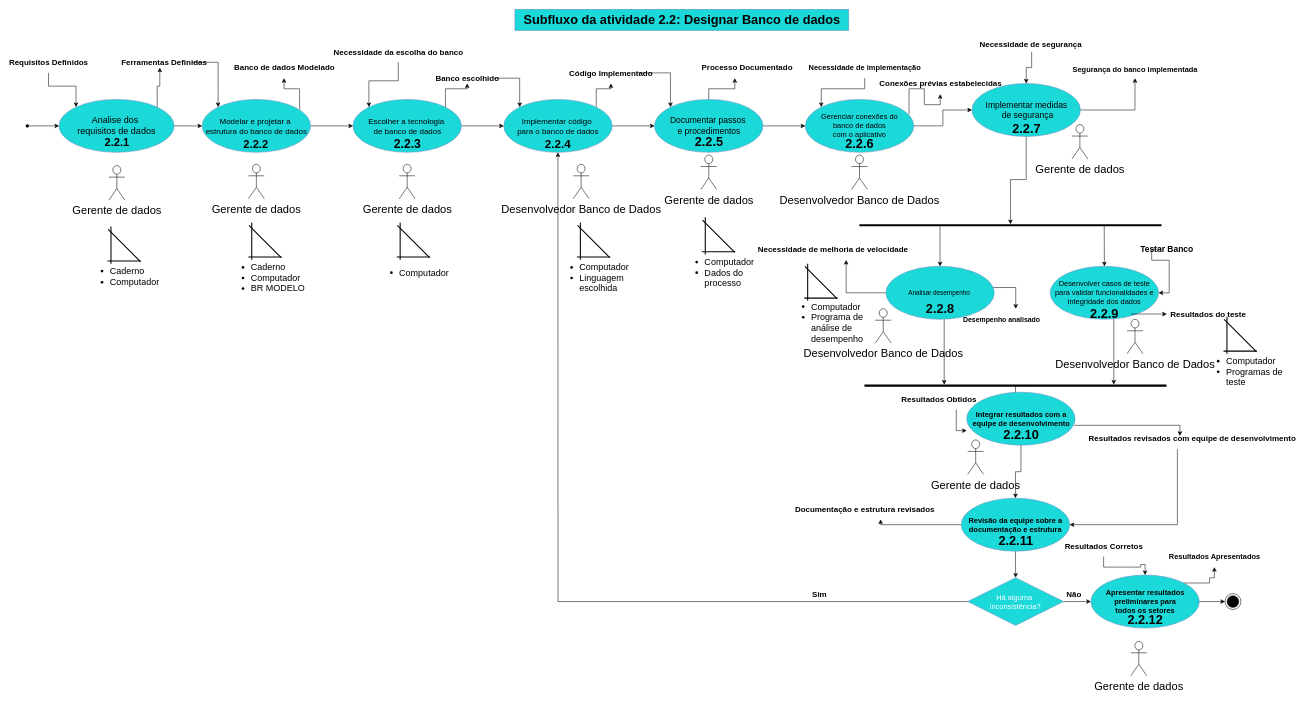
This is page "Subfluxo das atividades em desenvolvimento(3)" (5 of 8) of Diagrama sem nome.drawio from helloisasilva/Processo-de-engenharia-de-software-para-App-mobile, a draw.io file, before an edit. Source tidied: cells renumbered, new cells numbered last; positions are measured from the earlier drawing's top-left corner, leaving out a move shared by most shapes. Both pictures are drawn from the tidied source at 53%, with x=0, y=0 at pixel (22, 9).
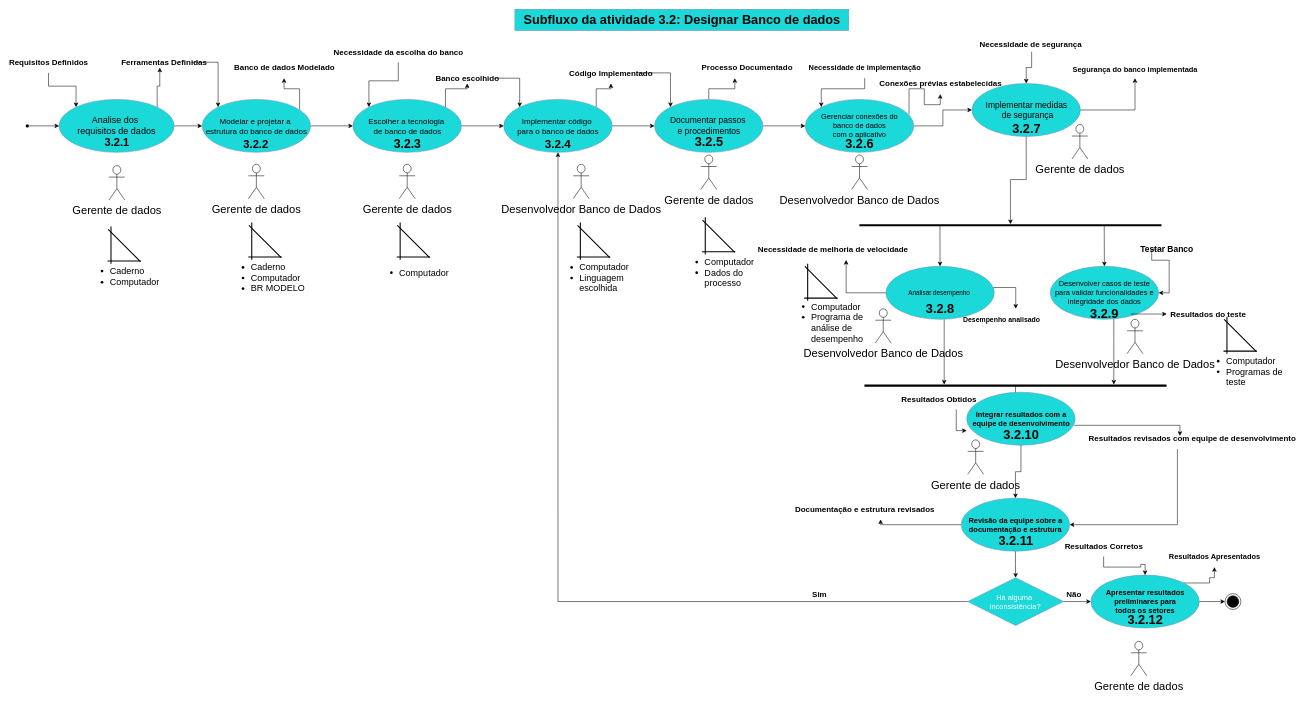
The same page after the edit.

Change to the diagram source:
```diff
@@
-    <mxCell id="32" value="Subfluxo da atividade 2.2: Designar Banco de dados" style="text;strokeColor=#6c8ebf;fillColor=#1CD9D9;html=1;fontSize=24;fontStyle=1;verticalAlign=middle;align=center;" parent="1" vertex="1">
+    <mxCell id="32" value="Subfluxo da atividade 3.2: Designar Banco de dados" style="text;strokeColor=#6c8ebf;fillColor=#1CD9D9;html=1;fontSize=24;fontStyle=1;verticalAlign=middle;align=center;" parent="1" vertex="1">
       <mxGeometry x="930" width="630" height="40" as="geometry" />
     </mxCell>
@@
-    <mxCell id="48" value="2.2.4" style="text;strokeColor=none;fillColor=none;html=1;fontSize=22;fontStyle=1;verticalAlign=middle;align=center;" parent="1" vertex="1">
+    <mxCell id="48" value="3.2.4" style="text;strokeColor=none;fillColor=none;html=1;fontSize=22;fontStyle=1;verticalAlign=middle;align=center;" parent="1" vertex="1">
       <mxGeometry x="961.2" y="235" width="100" height="40" as="geometry" />
     </mxCell>
-    <mxCell id="49" value="2.2.3" style="text;strokeColor=none;fillColor=none;html=1;fontSize=23;fontStyle=1;verticalAlign=middle;align=center;" parent="1" vertex="1">
+    <mxCell id="49" value="3.2.3" style="text;strokeColor=none;fillColor=none;html=1;fontSize=23;fontStyle=1;verticalAlign=middle;align=center;" parent="1" vertex="1">
       <mxGeometry x="676.8" y="235" width="100" height="40" as="geometry" />
     </mxCell>
-    <mxCell id="50" value="2.2.2" style="text;strokeColor=none;fillColor=none;html=1;fontSize=21;fontStyle=1;verticalAlign=middle;align=center;" parent="1" vertex="1">
+    <mxCell id="50" value="3.2.2" style="text;strokeColor=none;fillColor=none;html=1;fontSize=21;fontStyle=1;verticalAlign=middle;align=center;" parent="1" vertex="1">
       <mxGeometry x="402.2" y="240" width="77.8" height="30" as="geometry" />
     </mxCell>
-    <mxCell id="51" value="2.2.1" style="text;strokeColor=none;fillColor=none;html=1;fontSize=21;fontStyle=1;verticalAlign=middle;align=center;" parent="1" vertex="1">
+    <mxCell id="51" value="3.2.1" style="text;strokeColor=none;fillColor=none;html=1;fontSize=21;fontStyle=1;verticalAlign=middle;align=center;" parent="1" vertex="1">
       <mxGeometry x="128.5" y="230" width="100" height="40" as="geometry" />
     </mxCell>
-    <mxCell id="52" value="2.2.12" style="text;strokeColor=none;fillColor=none;html=1;fontSize=24;fontStyle=1;verticalAlign=middle;align=center;" parent="1" vertex="1">
+    <mxCell id="52" value="3.2.12" style="text;strokeColor=none;fillColor=none;html=1;fontSize=24;fontStyle=1;verticalAlign=middle;align=center;" parent="1" vertex="1">
       <mxGeometry x="2069" y="1132.5" width="100" height="40" as="geometry" />
     </mxCell>
-    <mxCell id="53" value="2.2.11" style="text;strokeColor=none;fillColor=none;html=1;fontSize=24;fontStyle=1;verticalAlign=middle;align=center;" parent="1" vertex="1">
+    <mxCell id="53" value="3.2.11" style="text;strokeColor=none;fillColor=none;html=1;fontSize=24;fontStyle=1;verticalAlign=middle;align=center;" parent="1" vertex="1">
       <mxGeometry x="1824.8" y="982.5" width="100" height="40" as="geometry" />
     </mxCell>
@@
-    <mxCell id="55" value="2.2.10" style="text;strokeColor=none;fillColor=none;html=1;fontSize=24;fontStyle=1;verticalAlign=middle;align=center;" parent="1" vertex="1">
+    <mxCell id="55" value="3.2.10" style="text;strokeColor=none;fillColor=none;html=1;fontSize=24;fontStyle=1;verticalAlign=middle;align=center;" parent="1" vertex="1">
       <mxGeometry x="1834.8" y="782.5" width="100" height="40" as="geometry" />
     </mxCell>
@@
-    <mxCell id="57" value="2.2.9" style="text;strokeColor=none;fillColor=none;html=1;fontSize=24;fontStyle=1;verticalAlign=middle;align=center;" parent="1" vertex="1">
+    <mxCell id="57" value="3.2.9" style="text;strokeColor=none;fillColor=none;html=1;fontSize=24;fontStyle=1;verticalAlign=middle;align=center;" parent="1" vertex="1">
       <mxGeometry x="1992.2" y="555" width="100" height="40" as="geometry" />
     </mxCell>
@@
-    <mxCell id="59" value="2.2.8" style="text;strokeColor=none;fillColor=none;html=1;fontSize=24;fontStyle=1;verticalAlign=middle;align=center;" parent="1" vertex="1">
+    <mxCell id="59" value="3.2.8" style="text;strokeColor=none;fillColor=none;html=1;fontSize=24;fontStyle=1;verticalAlign=middle;align=center;" parent="1" vertex="1">
       <mxGeometry x="1682.2" y="545" width="100" height="40" as="geometry" />
     </mxCell>
-    <mxCell id="60" value="2.2.7" style="text;strokeColor=none;fillColor=none;html=1;fontSize=24;fontStyle=1;verticalAlign=middle;align=center;" parent="1" vertex="1">
+    <mxCell id="60" value="3.2.7" style="text;strokeColor=none;fillColor=none;html=1;fontSize=24;fontStyle=1;verticalAlign=middle;align=center;" parent="1" vertex="1">
       <mxGeometry x="1845" y="205" width="100" height="40" as="geometry" />
     </mxCell>
-    <mxCell id="61" value="2.2.6" style="text;strokeColor=none;fillColor=none;html=1;fontSize=24;fontStyle=1;verticalAlign=middle;align=center;" parent="1" vertex="1">
+    <mxCell id="61" value="3.2.6" style="text;strokeColor=none;fillColor=none;html=1;fontSize=24;fontStyle=1;verticalAlign=middle;align=center;" parent="1" vertex="1">
       <mxGeometry x="1530" y="235" width="100" height="40" as="geometry" />
     </mxCell>
-    <mxCell id="62" value="2.2.5" style="text;strokeColor=none;fillColor=none;html=1;fontSize=24;fontStyle=1;verticalAlign=middle;align=center;" parent="1" vertex="1">
+    <mxCell id="62" value="3.2.5" style="text;strokeColor=none;fillColor=none;html=1;fontSize=24;fontStyle=1;verticalAlign=middle;align=center;" parent="1" vertex="1">
       <mxGeometry x="1245.8" y="230" width="100" height="40" as="geometry" />
     </mxCell>
```
